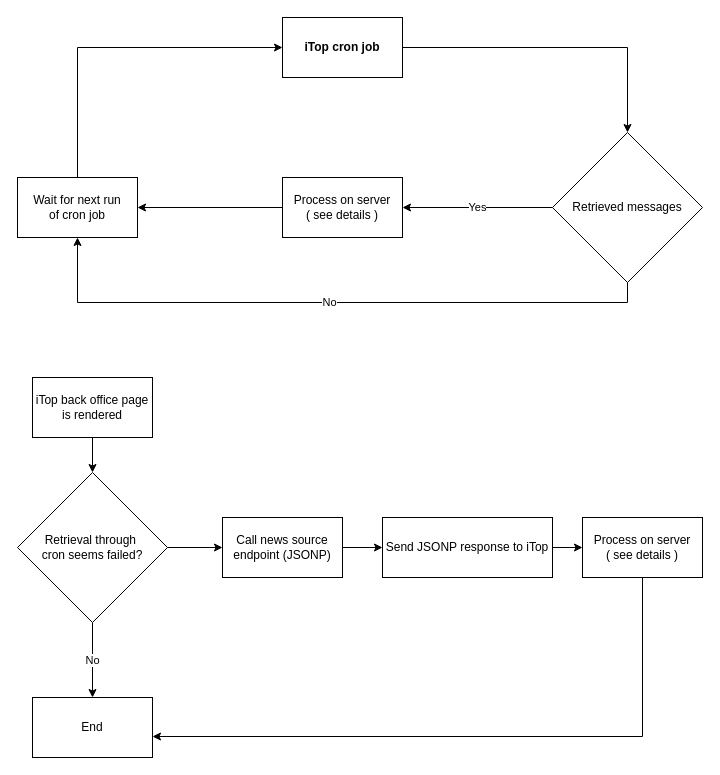
Earlier version of the draw.io diagram page "Methods of retrieval" (1 of 3) of documentation/Diagram - background process.drawio (jbostoen/itop-jb-news). Source tidied: cells renumbered, new cells numbered last; positions are measured from the earlier drawing's top-left corner, leaving out a move shared by most shapes. Both pictures are drawn from the tidied source at 100%, with x=0, y=0 at pixel (17, 17).
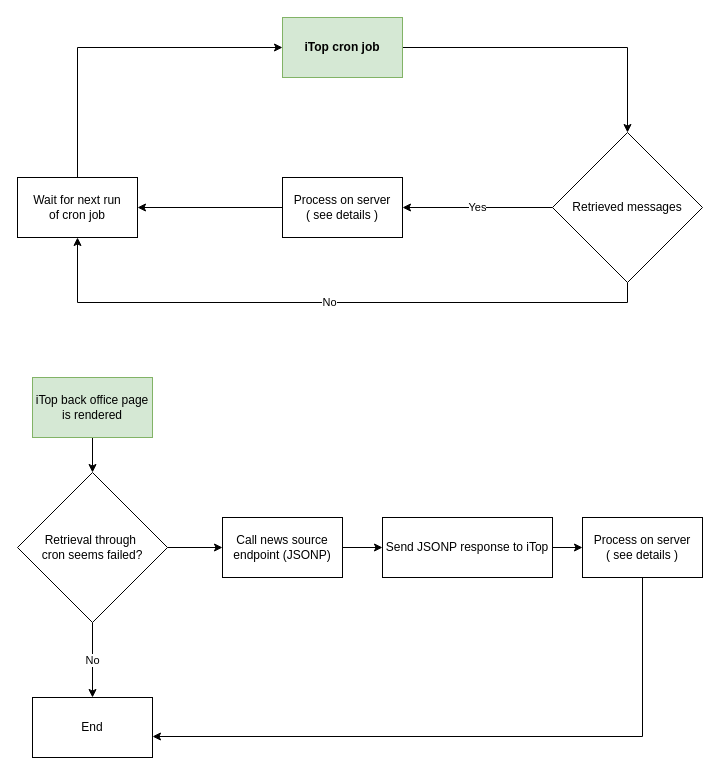
The same page after the edit.

Change to the diagram source:
```diff
@@
-    <mxCell id="3" value="iTop cron job" style="rounded=0;whiteSpace=wrap;html=1;fontStyle=1;" parent="1" vertex="1">
+    <mxCell id="3" value="iTop cron job" style="rounded=0;whiteSpace=wrap;html=1;fontStyle=1;fillColor=#d5e8d4;strokeColor=#82b366;" parent="1" vertex="1">
       <mxGeometry x="265" width="120" height="60" as="geometry" />
     </mxCell>
@@
-    <mxCell id="10" value="iTop back office page&lt;br&gt;is rendered" style="rounded=0;whiteSpace=wrap;html=1;" parent="1" vertex="1">
+    <mxCell id="10" value="iTop back office page&lt;br&gt;is rendered" style="rounded=0;whiteSpace=wrap;html=1;fillColor=#d5e8d4;strokeColor=#82b366;" parent="1" vertex="1">
       <mxGeometry x="15" y="360" width="120" height="60" as="geometry" />
     </mxCell>
```
